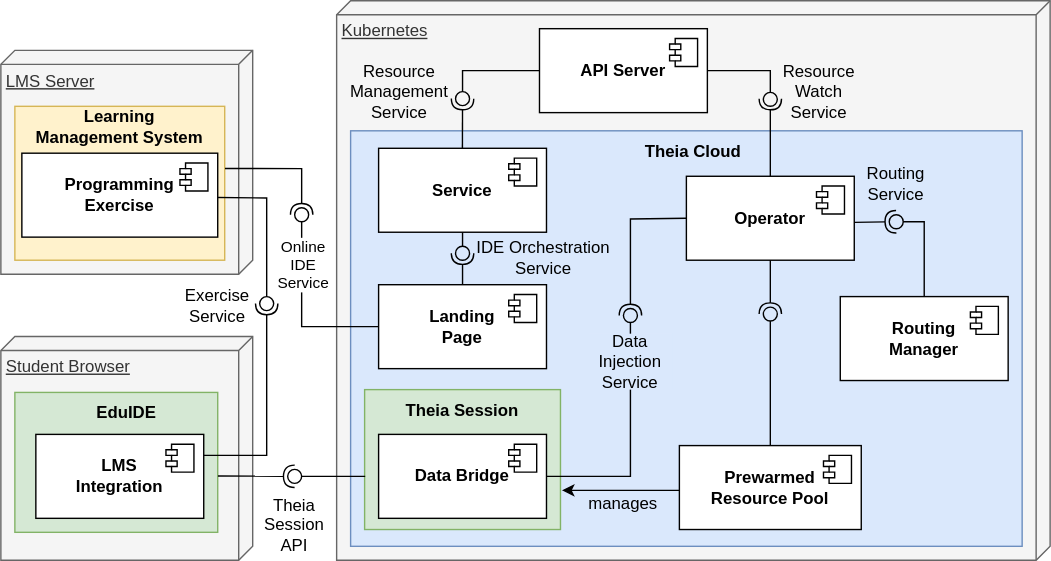
Earlier version of the draw.io export figures/ssd4.svg (lukaskratzel/ba). Source tidied: cells renumbered, new cells last; positions are measured from the earlier drawing's top-left corner, leaving out a move shared by most shapes.
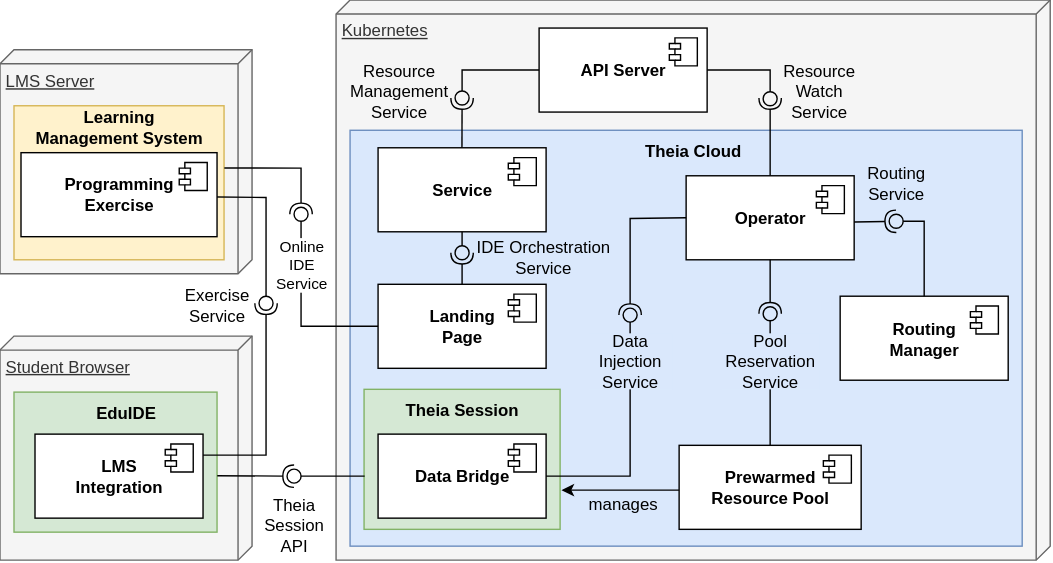
After the commit.

Commit message:
Fix deployment diagram

Diff of the diagram source:
```diff
@@ -179,7 +179,7 @@
     <mxCell id="47" value="manages" style="text;html=1;whiteSpace=wrap;strokeColor=none;fillColor=none;align=center;verticalAlign=middle;rounded=0;" parent="1" vertex="1">
       <mxGeometry x="415" y="345" width="60" height="30" as="geometry" />
     </mxCell>
-    <mxCell id="48" value="Data&lt;div&gt;Injection&lt;/div&gt;&lt;div&gt;Service&lt;/div&gt;" style="text;html=1;whiteSpace=wrap;strokeColor=none;fillColor=#dae8fc;align=center;verticalAlign=middle;rounded=0;" parent="1" vertex="1">
+    <mxCell id="48" value="Data&lt;div&gt;Injection&lt;/div&gt;&lt;div&gt;Service&lt;/div&gt;" style="text;html=1;whiteSpace=wrap;strokeColor=none;fillColor=#DAE8FC;align=center;verticalAlign=middle;rounded=0;" parent="1" vertex="1">
       <mxGeometry x="420" y="238" width="60" height="40" as="geometry" />
     </mxCell>
     <mxCell id="49" style="ellipse;whiteSpace=wrap;html=1;align=center;fillColor=none;strokeColor=none;perimeter=centerPerimeter;" parent="1" vertex="1">
@@ -274,5 +274,8 @@
     <mxCell id="67" value="Online&lt;div&gt;IDE&lt;/div&gt;&lt;div&gt;Service&lt;/div&gt;" style="edgeLabel;html=1;align=center;verticalAlign=middle;" parent="66" vertex="1">
       <mxGeometry x="0.48" relative="1" as="geometry" />
     </mxCell>
+    <mxCell id="68" value="Pool Reservation Service" style="text;html=1;whiteSpace=wrap;strokeColor=none;fillColor=#DAE8FC;align=center;verticalAlign=middle;rounded=0;" parent="1" vertex="1">
+      <mxGeometry x="515" y="238" width="70" height="40" as="geometry" />
+    </mxCell>
   </root>
 </mxGraphModel>
```
